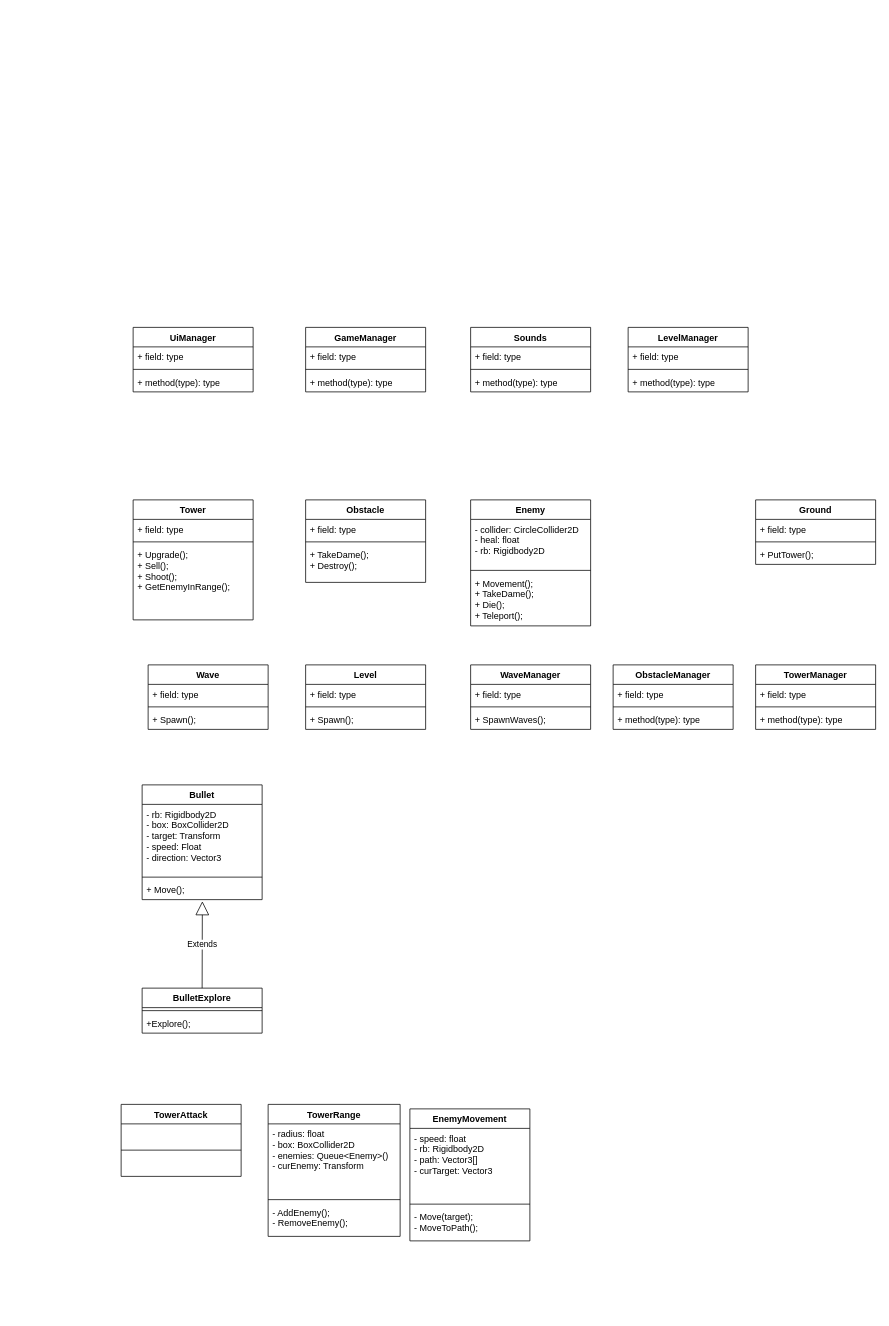
Earlier version of the draw.io diagram BaoCao/Diagram/ClassDiagram.drawio (nguyenvanphuong8522/DoAnTotNghiep). Source tidied: cells renumbered, new cells numbered last; positions are measured from the earlier drawing's top-left corner, leaving out a move shared by most shapes. Both pictures are drawn from the tidied source at 75%, with x=0, y=0 at pixel (121, 327).
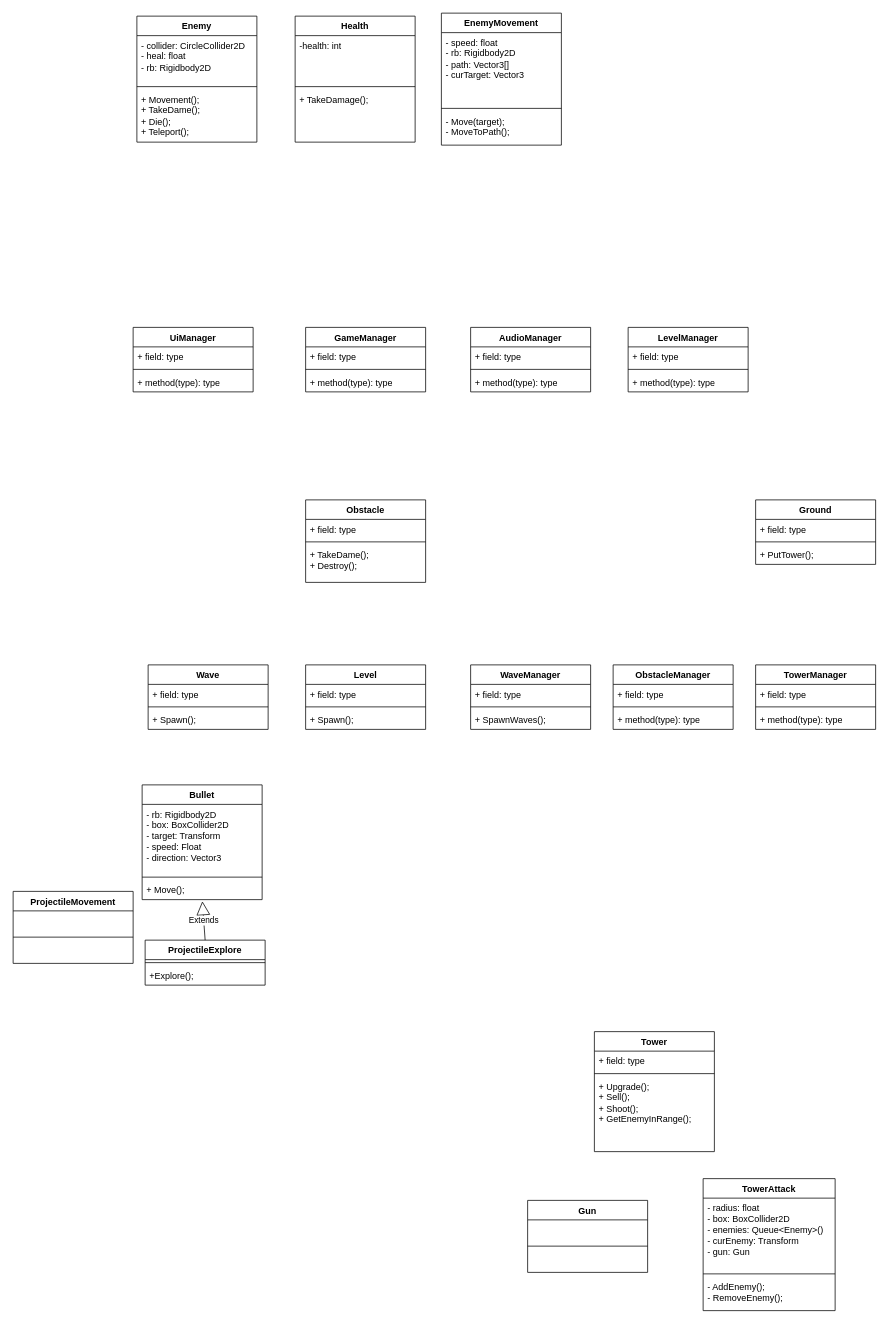
Above is the later version.

Change to the diagram source:
```diff
@@
     <mxCell id="2" value="Tower" style="swimlane;fontStyle=1;align=center;verticalAlign=top;horizontal=1;startSize=26;whiteSpace=wrap;html=1;" parent="1" vertex="1">
-      <mxGeometry x="16" y="230" width="160" height="160" as="geometry" />
+      <mxGeometry x="631" y="939" width="160" height="160" as="geometry" />
     </mxCell>
@@
-    <mxCell id="10" value="Sounds" style="swimlane;fontStyle=1;align=center;verticalAlign=top;horizontal=1;startSize=26;whiteSpace=wrap;html=1;" parent="1" vertex="1">
+    <mxCell id="10" value="AudioManager" style="swimlane;fontStyle=1;align=center;verticalAlign=top;horizontal=1;startSize=26;whiteSpace=wrap;html=1;" parent="1" vertex="1">
       <mxGeometry x="466" width="160" height="86" as="geometry" />
     </mxCell>
@@
     <mxCell id="22" value="Enemy" style="swimlane;fontStyle=1;align=center;verticalAlign=top;horizontal=1;startSize=26;whiteSpace=wrap;html=1;" parent="1" vertex="1">
-      <mxGeometry x="466" y="230" width="160" height="168" as="geometry" />
+      <mxGeometry x="21" y="-415" width="160" height="168" as="geometry" />
     </mxCell>
@@
-    <mxCell id="58" value="BulletExplore" style="swimlane;fontStyle=1;align=center;verticalAlign=top;horizontal=1;startSize=26;whiteSpace=wrap;html=1;fillColor=default;strokeColor=default;swimlaneLine=1;rounded=0;" parent="1" vertex="1">
-      <mxGeometry x="28" y="881" width="160" height="60" as="geometry" />
+    <mxCell id="58" value="ProjectileExplore" style="swimlane;fontStyle=1;align=center;verticalAlign=top;horizontal=1;startSize=26;whiteSpace=wrap;html=1;fillColor=default;strokeColor=default;swimlaneLine=1;rounded=0;" parent="1" vertex="1">
+      <mxGeometry x="32" y="817" width="160" height="60" as="geometry" />
     </mxCell>
@@
-    <mxCell id="62" value="TowerRange" style="swimlane;fontStyle=1;align=center;verticalAlign=top;horizontal=1;startSize=26;whiteSpace=wrap;html=1;" parent="1" vertex="1">
-      <mxGeometry x="196" y="1036" width="176" height="176" as="geometry" />
+    <mxCell id="62" value="TowerAttack" style="swimlane;fontStyle=1;align=center;verticalAlign=top;horizontal=1;startSize=26;whiteSpace=wrap;html=1;" parent="1" vertex="1">
+      <mxGeometry x="776" y="1135" width="176" height="176" as="geometry" />
     </mxCell>
-    <mxCell id="63" value="- radius: float&lt;div&gt;- box: BoxCollider2D&lt;/div&gt;&lt;div&gt;- enemies: Queue&amp;lt;Enemy&amp;gt;()&lt;/div&gt;&lt;div&gt;- curEnemy: Transform&lt;/div&gt;" style="text;strokeColor=none;fillColor=none;align=left;verticalAlign=top;spacingLeft=4;spacingRight=4;overflow=hidden;whiteSpace=wrap;html=1;" parent="62" vertex="1">
+    <mxCell id="63" value="- radius: float&lt;div&gt;- box: BoxCollider2D&lt;/div&gt;&lt;div&gt;- enemies: Queue&amp;lt;Enemy&amp;gt;()&lt;/div&gt;&lt;div&gt;- curEnemy: Transform&lt;/div&gt;&lt;div&gt;- gun: Gun&lt;/div&gt;" style="text;strokeColor=none;fillColor=none;align=left;verticalAlign=top;spacingLeft=4;spacingRight=4;overflow=hidden;whiteSpace=wrap;html=1;" parent="62" vertex="1">
       <mxGeometry y="26" width="176" height="97" as="geometry" />
     </mxCell>
@@
     <mxCell id="66" value="EnemyMovement" style="swimlane;fontStyle=1;align=center;verticalAlign=top;horizontal=1;startSize=26;whiteSpace=wrap;html=1;" parent="1" vertex="1">
-      <mxGeometry x="385" y="1042" width="160" height="176" as="geometry" />
+      <mxGeometry x="427" y="-419" width="160" height="176" as="geometry" />
     </mxCell>
@@
-    <mxCell id="70" value="TowerAttack" style="swimlane;fontStyle=1;align=center;verticalAlign=top;horizontal=1;startSize=26;whiteSpace=wrap;html=1;" parent="1" vertex="1">
-      <mxGeometry y="1036" width="160" height="96" as="geometry" />
+    <mxCell id="70" value="Gun" style="swimlane;fontStyle=1;align=center;verticalAlign=top;horizontal=1;startSize=26;whiteSpace=wrap;html=1;" parent="1" vertex="1">
+      <mxGeometry x="542" y="1164" width="160" height="96" as="geometry" />
     </mxCell>
@@
+    <mxCell id="72" value="ProjectileMovement" style="swimlane;fontStyle=1;align=center;verticalAlign=top;horizontal=1;startSize=26;whiteSpace=wrap;html=1;" parent="1" vertex="1">
+      <mxGeometry x="-144" y="752" width="160" height="96" as="geometry" />
+    </mxCell>
+    <mxCell id="73" style="line;strokeWidth=1;fillColor=none;align=left;verticalAlign=middle;spacingTop=-1;spacingLeft=3;spacingRight=3;labelPosition=right;strokeColor=inherit;" parent="72" vertex="1">
+      <mxGeometry y="26" width="160" height="70" as="geometry" />
+    </mxCell>
+    <mxCell id="74" value="Health" style="swimlane;fontStyle=1;align=center;verticalAlign=top;horizontal=1;startSize=26;whiteSpace=wrap;html=1;" parent="1" vertex="1">
+      <mxGeometry x="232" y="-415" width="160" height="168" as="geometry" />
+    </mxCell>
+    <mxCell id="75" value="-health: int" style="text;strokeColor=none;fillColor=none;align=left;verticalAlign=top;spacingLeft=4;spacingRight=4;overflow=hidden;whiteSpace=wrap;html=1;" parent="74" vertex="1">
+      <mxGeometry y="26" width="160" height="64" as="geometry" />
+    </mxCell>
+    <mxCell id="76" style="line;strokeWidth=1;fillColor=none;align=left;verticalAlign=middle;spacingTop=-1;spacingLeft=3;spacingRight=3;labelPosition=right;strokeColor=inherit;" parent="74" vertex="1">
+      <mxGeometry y="90" width="160" height="8" as="geometry" />
+    </mxCell>
+    <mxCell id="77" value="+ TakeDamage();" style="text;strokeColor=none;fillColor=none;align=left;verticalAlign=top;spacingLeft=4;spacingRight=4;overflow=hidden;whiteSpace=wrap;html=1;" parent="74" vertex="1">
+      <mxGeometry y="98" width="160" height="70" as="geometry" />
+    </mxCell>
```
